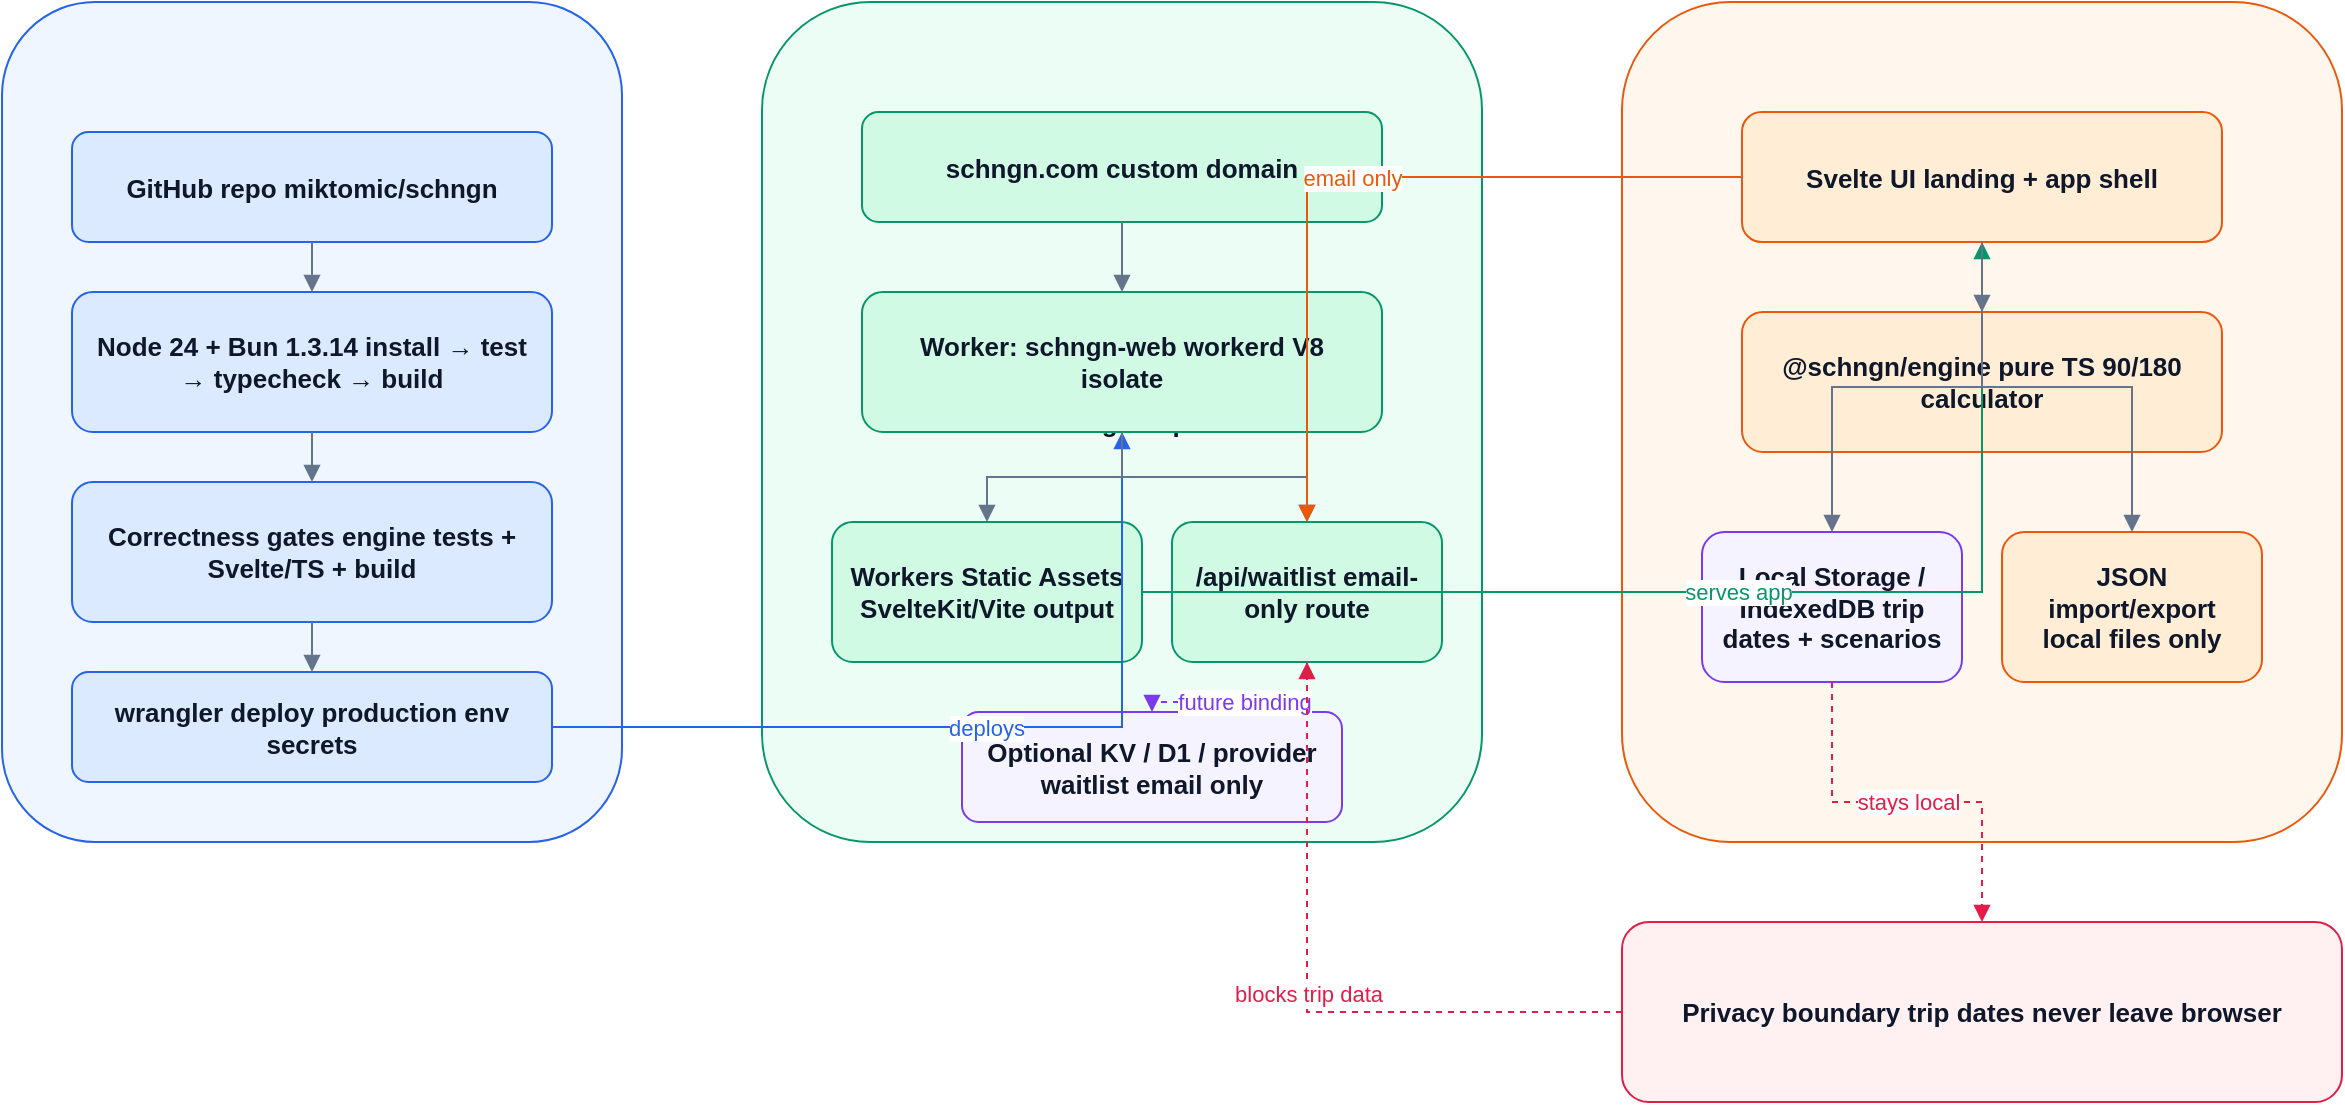
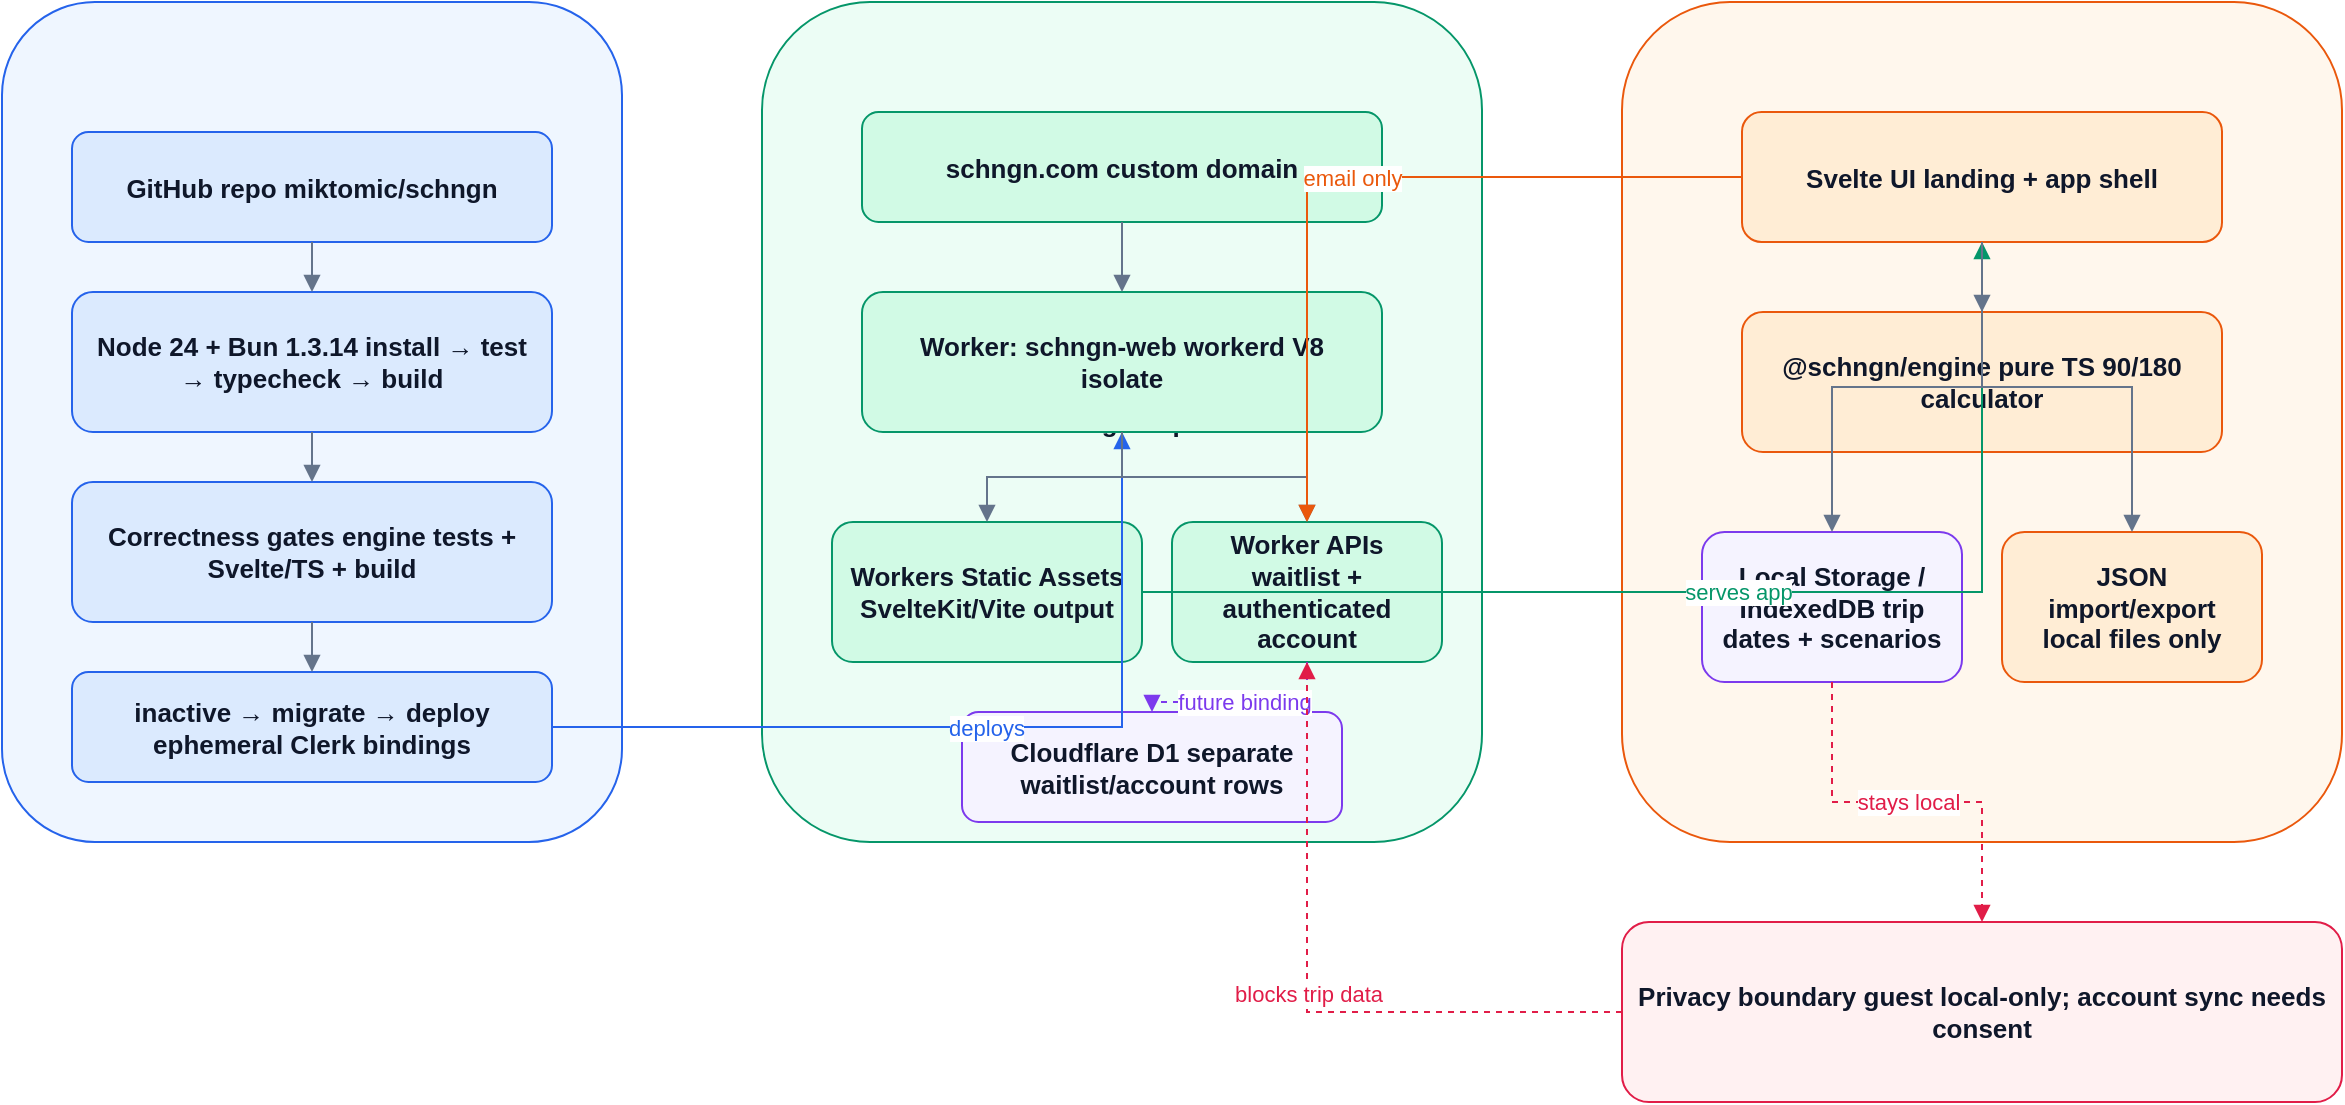
<mxfile host="app.diagrams.net" modified="2026-07-08T22:28:15.537029+00:00" agent="Hermes" version="24.7.17">
  <diagram id="schngn-app-architecture" name="SCHNGN App Architecture">
    <mxGraphModel dx="1260" dy="720" grid="1" gridSize="10" guides="1" tooltips="1" connect="1" arrows="1" fold="1" page="1" pageScale="1" pageWidth="1260" pageHeight="660" math="0" shadow="0">
      <root>
        <mxCell id="0" />
        <mxCell id="1" parent="0" />
    <mxCell id="ci" value="CI/CD — GitHub Actions" style="rounded=1;whiteSpace=wrap;html=1;fillColor=#eff6ff;strokeColor=#2563eb;fontColor=#0f172a;fontSize=13;fontStyle=1;spacing=8;" vertex="1" parent="1">
      <mxGeometry x="40" y="40" width="310" height="420" as="geometry" />
    </mxCell>
    <mxCell id="cf" value="Cloudflare edge — production" style="rounded=1;whiteSpace=wrap;html=1;fillColor=#ecfdf5;strokeColor=#059669;fontColor=#0f172a;fontSize=13;fontStyle=1;spacing=8;" vertex="1" parent="1">
      <mxGeometry x="420" y="40" width="360" height="420" as="geometry" />
    </mxCell>
    <mxCell id="browser" value="Traveler browser / PWA" style="rounded=1;whiteSpace=wrap;html=1;fillColor=#fff7ed;strokeColor=#ea580c;fontColor=#0f172a;fontSize=13;fontStyle=1;spacing=8;" vertex="1" parent="1">
      <mxGeometry x="850" y="40" width="360" height="420" as="geometry" />
    </mxCell>
    <mxCell id="privacy" value="Privacy boundary
- trip dates never leave browser" style="rounded=1;whiteSpace=wrap;html=1;fillColor=#fff1f2;strokeColor=#e11d48;fontColor=#0f172a;fontSize=13;fontStyle=1;spacing=8;" vertex="1" parent="1">
+ guest local-only; account sync needs consent" style="rounded=1;whiteSpace=wrap;html=1;fillColor=#fff1f2;strokeColor=#e11d48;fontColor=#0f172a;fontSize=13;fontStyle=1;spacing=8;" vertex="1" parent="1">
      <mxGeometry x="850" y="500" width="360" height="90" as="geometry" />
    </mxCell>
    <mxCell id="repo" value="GitHub repo
miktomic/schngn" style="rounded=1;whiteSpace=wrap;html=1;fillColor=#dbeafe;strokeColor=#2563eb;fontColor=#0f172a;fontSize=13;fontStyle=1;spacing=8;" vertex="1" parent="1">
      <mxGeometry x="75" y="105" width="240" height="55" as="geometry" />
    </mxCell>
    <mxCell id="toolchain" value="Node 24 + Bun 1.3.14
install → test → typecheck → build" style="rounded=1;whiteSpace=wrap;html=1;fillColor=#dbeafe;strokeColor=#2563eb;fontColor=#0f172a;fontSize=13;fontStyle=1;spacing=8;" vertex="1" parent="1">
      <mxGeometry x="75" y="185" width="240" height="70" as="geometry" />
    </mxCell>
    <mxCell id="gates" value="Correctness gates
engine tests + Svelte/TS + build" style="rounded=1;whiteSpace=wrap;html=1;fillColor=#dbeafe;strokeColor=#2563eb;fontColor=#0f172a;fontSize=13;fontStyle=1;spacing=8;" vertex="1" parent="1">
      <mxGeometry x="75" y="280" width="240" height="70" as="geometry" />
    </mxCell>
-     <mxCell id="deploy" value="wrangler deploy
- production env secrets" style="rounded=1;whiteSpace=wrap;html=1;fillColor=#dbeafe;strokeColor=#2563eb;fontColor=#0f172a;fontSize=13;fontStyle=1;spacing=8;" vertex="1" parent="1">
+     <mxCell id="deploy" value="inactive → migrate → deploy
+ ephemeral Clerk bindings" style="rounded=1;whiteSpace=wrap;html=1;fillColor=#dbeafe;strokeColor=#2563eb;fontColor=#0f172a;fontSize=13;fontStyle=1;spacing=8;" vertex="1" parent="1">
      <mxGeometry x="75" y="375" width="240" height="55" as="geometry" />
    </mxCell>
    <mxCell id="domain" value="schngn.com
custom domain" style="rounded=1;whiteSpace=wrap;html=1;fillColor=#d1fae5;strokeColor=#059669;fontColor=#0f172a;fontSize=13;fontStyle=1;spacing=8;" vertex="1" parent="1">
      <mxGeometry x="470" y="95" width="260" height="55" as="geometry" />
    </mxCell>
    <mxCell id="worker" value="Worker: schngn-web
workerd V8 isolate" style="rounded=1;whiteSpace=wrap;html=1;fillColor=#d1fae5;strokeColor=#059669;fontColor=#0f172a;fontSize=13;fontStyle=1;spacing=8;" vertex="1" parent="1">
      <mxGeometry x="470" y="185" width="260" height="70" as="geometry" />
    </mxCell>
    <mxCell id="assets" value="Workers Static Assets
SvelteKit/Vite output" style="rounded=1;whiteSpace=wrap;html=1;fillColor=#d1fae5;strokeColor=#059669;fontColor=#0f172a;fontSize=13;fontStyle=1;spacing=8;" vertex="1" parent="1">
      <mxGeometry x="455" y="300" width="155" height="70" as="geometry" />
    </mxCell>
-     <mxCell id="waitlist" value="/api/waitlist
- email-only route" style="rounded=1;whiteSpace=wrap;html=1;fillColor=#d1fae5;strokeColor=#059669;fontColor=#0f172a;fontSize=13;fontStyle=1;spacing=8;" vertex="1" parent="1">
+     <mxCell id="waitlist" value="Worker APIs
+ waitlist + authenticated account" style="rounded=1;whiteSpace=wrap;html=1;fillColor=#d1fae5;strokeColor=#059669;fontColor=#0f172a;fontSize=13;fontStyle=1;spacing=8;" vertex="1" parent="1">
      <mxGeometry x="625" y="300" width="135" height="70" as="geometry" />
    </mxCell>
-     <mxCell id="store" value="Optional KV / D1 / provider
- waitlist email only" style="rounded=1;whiteSpace=wrap;html=1;fillColor=#f5f3ff;strokeColor=#7c3aed;fontColor=#0f172a;fontSize=13;fontStyle=1;spacing=8;" vertex="1" parent="1">
+     <mxCell id="store" value="Cloudflare D1
+ separate waitlist/account rows" style="rounded=1;whiteSpace=wrap;html=1;fillColor=#f5f3ff;strokeColor=#7c3aed;fontColor=#0f172a;fontSize=13;fontStyle=1;spacing=8;" vertex="1" parent="1">
      <mxGeometry x="520" y="395" width="190" height="55" as="geometry" />
    </mxCell>
    <mxCell id="ui" value="Svelte UI
landing + app shell" style="rounded=1;whiteSpace=wrap;html=1;fillColor=#ffedd5;strokeColor=#ea580c;fontColor=#0f172a;fontSize=13;fontStyle=1;spacing=8;" vertex="1" parent="1">
      <mxGeometry x="910" y="95" width="240" height="65" as="geometry" />
    </mxCell>
    <mxCell id="engine" value="@schngn/engine
pure TS 90/180 calculator" style="rounded=1;whiteSpace=wrap;html=1;fillColor=#ffedd5;strokeColor=#ea580c;fontColor=#0f172a;fontSize=13;fontStyle=1;spacing=8;" vertex="1" parent="1">
      <mxGeometry x="910" y="195" width="240" height="70" as="geometry" />
    </mxCell>
    <mxCell id="local" value="Local Storage / IndexedDB
trip dates + scenarios" style="rounded=1;whiteSpace=wrap;html=1;fillColor=#f5f3ff;strokeColor=#7c3aed;fontColor=#0f172a;fontSize=13;fontStyle=1;spacing=8;" vertex="1" parent="1">
      <mxGeometry x="890" y="305" width="130" height="75" as="geometry" />
    </mxCell>
    <mxCell id="export" value="JSON import/export
local files only" style="rounded=1;whiteSpace=wrap;html=1;fillColor=#ffedd5;strokeColor=#ea580c;fontColor=#0f172a;fontSize=13;fontStyle=1;spacing=8;" vertex="1" parent="1">
      <mxGeometry x="1040" y="305" width="130" height="75" as="geometry" />
    </mxCell>
    <mxCell id="e1" value="" style="edgeStyle=orthogonalEdgeStyle;rounded=0;orthogonalLoop=1;jettySize=auto;html=1;endArrow=block;endFill=1;strokeColor=#64748b;fontColor=#64748b;fontSize=11;" edge="1" parent="1" source="repo" target="toolchain">
      <mxGeometry relative="1" as="geometry" />
    </mxCell>
    <mxCell id="e2" value="" style="edgeStyle=orthogonalEdgeStyle;rounded=0;orthogonalLoop=1;jettySize=auto;html=1;endArrow=block;endFill=1;strokeColor=#64748b;fontColor=#64748b;fontSize=11;" edge="1" parent="1" source="toolchain" target="gates">
      <mxGeometry relative="1" as="geometry" />
    </mxCell>
    <mxCell id="e3" value="" style="edgeStyle=orthogonalEdgeStyle;rounded=0;orthogonalLoop=1;jettySize=auto;html=1;endArrow=block;endFill=1;strokeColor=#64748b;fontColor=#64748b;fontSize=11;" edge="1" parent="1" source="gates" target="deploy">
      <mxGeometry relative="1" as="geometry" />
    </mxCell>
    <mxCell id="e4" value="deploys" style="edgeStyle=orthogonalEdgeStyle;rounded=0;orthogonalLoop=1;jettySize=auto;html=1;endArrow=block;endFill=1;strokeColor=#2563eb;fontColor=#2563eb;fontSize=11;" edge="1" parent="1" source="deploy" target="worker">
      <mxGeometry relative="1" as="geometry" />
    </mxCell>
    <mxCell id="e5" value="" style="edgeStyle=orthogonalEdgeStyle;rounded=0;orthogonalLoop=1;jettySize=auto;html=1;endArrow=block;endFill=1;strokeColor=#64748b;fontColor=#64748b;fontSize=11;" edge="1" parent="1" source="domain" target="worker">
      <mxGeometry relative="1" as="geometry" />
    </mxCell>
    <mxCell id="e6" value="" style="edgeStyle=orthogonalEdgeStyle;rounded=0;orthogonalLoop=1;jettySize=auto;html=1;endArrow=block;endFill=1;strokeColor=#64748b;fontColor=#64748b;fontSize=11;" edge="1" parent="1" source="worker" target="assets">
      <mxGeometry relative="1" as="geometry" />
    </mxCell>
    <mxCell id="e7" value="" style="edgeStyle=orthogonalEdgeStyle;rounded=0;orthogonalLoop=1;jettySize=auto;html=1;endArrow=block;endFill=1;strokeColor=#64748b;fontColor=#64748b;fontSize=11;" edge="1" parent="1" source="worker" target="waitlist">
      <mxGeometry relative="1" as="geometry" />
    </mxCell>
    <mxCell id="e8" value="future binding" style="edgeStyle=orthogonalEdgeStyle;rounded=0;orthogonalLoop=1;jettySize=auto;html=1;endArrow=block;endFill=1;strokeColor=#7c3aed;fontColor=#7c3aed;fontSize=11;dashed=1;" edge="1" parent="1" source="waitlist" target="store">
      <mxGeometry relative="1" as="geometry" />
    </mxCell>
    <mxCell id="e9" value="serves app" style="edgeStyle=orthogonalEdgeStyle;rounded=0;orthogonalLoop=1;jettySize=auto;html=1;endArrow=block;endFill=1;strokeColor=#059669;fontColor=#059669;fontSize=11;" edge="1" parent="1" source="assets" target="ui">
      <mxGeometry relative="1" as="geometry" />
    </mxCell>
    <mxCell id="e10" value="" style="edgeStyle=orthogonalEdgeStyle;rounded=0;orthogonalLoop=1;jettySize=auto;html=1;endArrow=block;endFill=1;strokeColor=#64748b;fontColor=#64748b;fontSize=11;" edge="1" parent="1" source="ui" target="engine">
      <mxGeometry relative="1" as="geometry" />
    </mxCell>
    <mxCell id="e11" value="" style="edgeStyle=orthogonalEdgeStyle;rounded=0;orthogonalLoop=1;jettySize=auto;html=1;endArrow=block;endFill=1;strokeColor=#64748b;fontColor=#64748b;fontSize=11;" edge="1" parent="1" source="ui" target="local">
      <mxGeometry relative="1" as="geometry" />
    </mxCell>
    <mxCell id="e12" value="" style="edgeStyle=orthogonalEdgeStyle;rounded=0;orthogonalLoop=1;jettySize=auto;html=1;endArrow=block;endFill=1;strokeColor=#64748b;fontColor=#64748b;fontSize=11;" edge="1" parent="1" source="ui" target="export">
      <mxGeometry relative="1" as="geometry" />
    </mxCell>
    <mxCell id="e13" value="email only" style="edgeStyle=orthogonalEdgeStyle;rounded=0;orthogonalLoop=1;jettySize=auto;html=1;endArrow=block;endFill=1;strokeColor=#ea580c;fontColor=#ea580c;fontSize=11;" edge="1" parent="1" source="ui" target="waitlist">
      <mxGeometry relative="1" as="geometry" />
    </mxCell>
    <mxCell id="e14" value="stays local" style="edgeStyle=orthogonalEdgeStyle;rounded=0;orthogonalLoop=1;jettySize=auto;html=1;endArrow=block;endFill=1;strokeColor=#e11d48;fontColor=#e11d48;fontSize=11;dashed=1;" edge="1" parent="1" source="local" target="privacy">
      <mxGeometry relative="1" as="geometry" />
    </mxCell>
    <mxCell id="e15" value="blocks trip data" style="edgeStyle=orthogonalEdgeStyle;rounded=0;orthogonalLoop=1;jettySize=auto;html=1;endArrow=block;endFill=1;strokeColor=#e11d48;fontColor=#e11d48;fontSize=11;dashed=1;" edge="1" parent="1" source="privacy" target="waitlist">
      <mxGeometry relative="1" as="geometry" />
    </mxCell>
      </root>
    </mxGraphModel>
  </diagram>
</mxfile>
